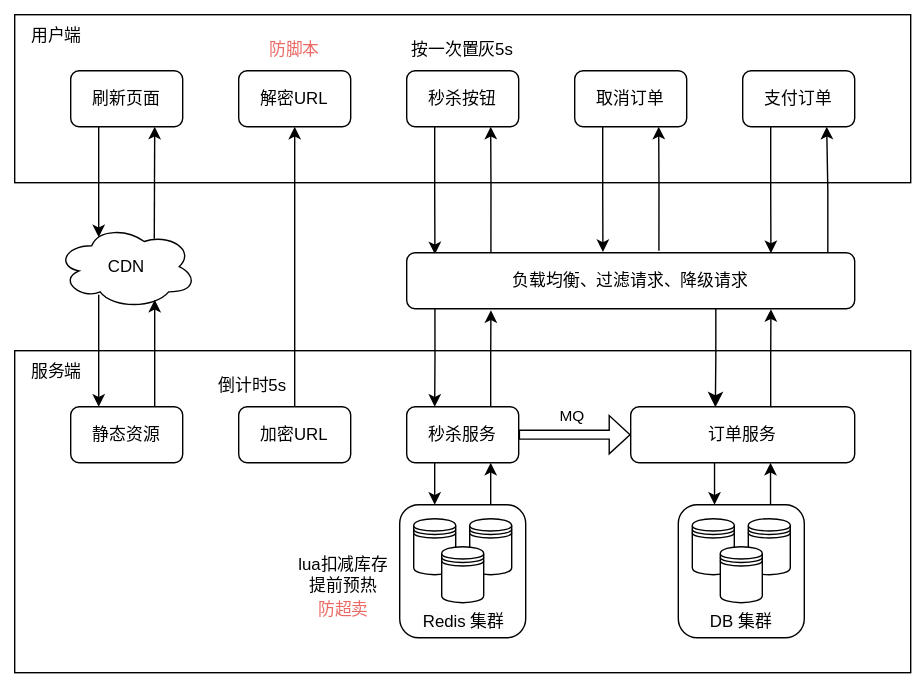
This is 秒杀系统设计.drawio.svg from BacklitCat/Architecture, a draw.io export, as it was before one commit. Source tidied: cells renumbered, new cells last; positions are measured from the earlier drawing's top-left corner, leaving out a move shared by most shapes.
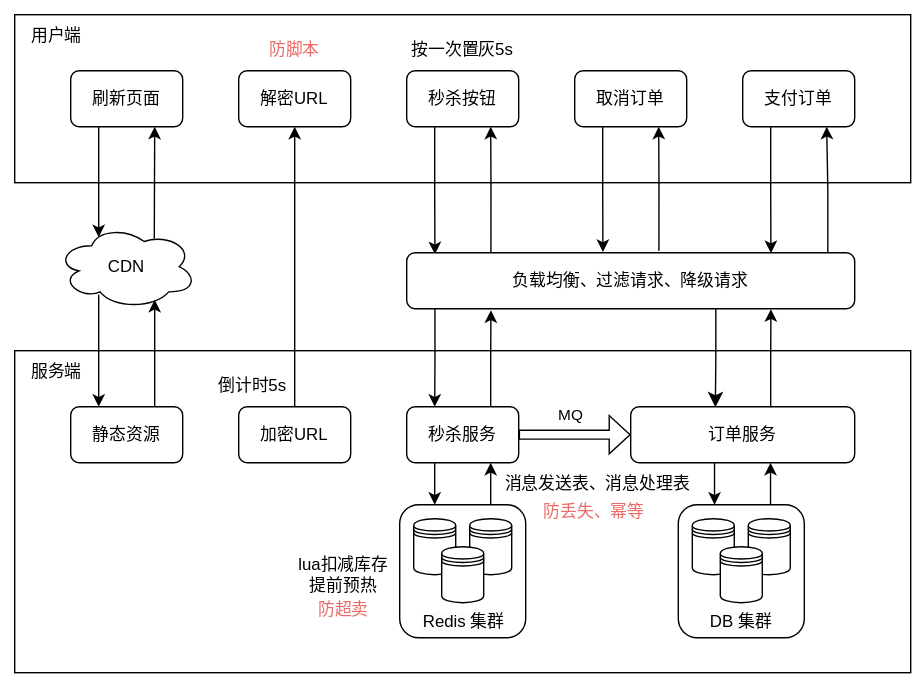
After the commit.

Commit message:
已添加 秒杀系统设计.drawio.svg

The edit, as a diff of the source:
```diff
@@ -2,9 +2,9 @@
   <root>
     <mxCell id="0" />
     <mxCell id="1" parent="0" />
-    <mxCell id="2" style="rounded=0;whiteSpace=wrap;html=1;fillColor=default;strokeColor=none;glass=0;shadow=0;" parent="1" vertex="1">
-      <mxGeometry width="660" height="490" as="geometry" />
-    </mxCell>
+    <mxCell id="58" style="rounded=0;whiteSpace=wrap;html=1;strokeColor=none;" parent="1" vertex="1">
+      <mxGeometry width="660" height="490" as="geometry" />
+    </mxCell>
     <mxCell id="3" style="rounded=0;whiteSpace=wrap;html=1;fillColor=none;" parent="1" vertex="1">
       <mxGeometry x="10" y="250" width="640" height="230" as="geometry" />
     </mxCell>
@@ -186,5 +186,11 @@
     <mxCell id="57" value="防超卖" style="text;html=1;strokeColor=none;fillColor=none;align=center;verticalAlign=middle;whiteSpace=wrap;rounded=0;fontColor=#EA6B66;" parent="1" vertex="1">
       <mxGeometry x="215" y="420" width="60" height="30" as="geometry" />
     </mxCell>
+    <mxCell id="59" value="消息发送表、消息处理表" style="text;html=1;strokeColor=none;fillColor=none;align=center;verticalAlign=middle;whiteSpace=wrap;rounded=0;" parent="1" vertex="1">
+      <mxGeometry x="353" y="330" width="147" height="30" as="geometry" />
+    </mxCell>
+    <mxCell id="60" value="防丢失、幂等" style="text;html=1;strokeColor=none;fillColor=none;align=center;verticalAlign=middle;whiteSpace=wrap;rounded=0;fontColor=#EA6B66;" parent="1" vertex="1">
+      <mxGeometry x="383.5" y="350" width="80" height="30" as="geometry" />
+    </mxCell>
   </root>
 </mxGraphModel>
```
